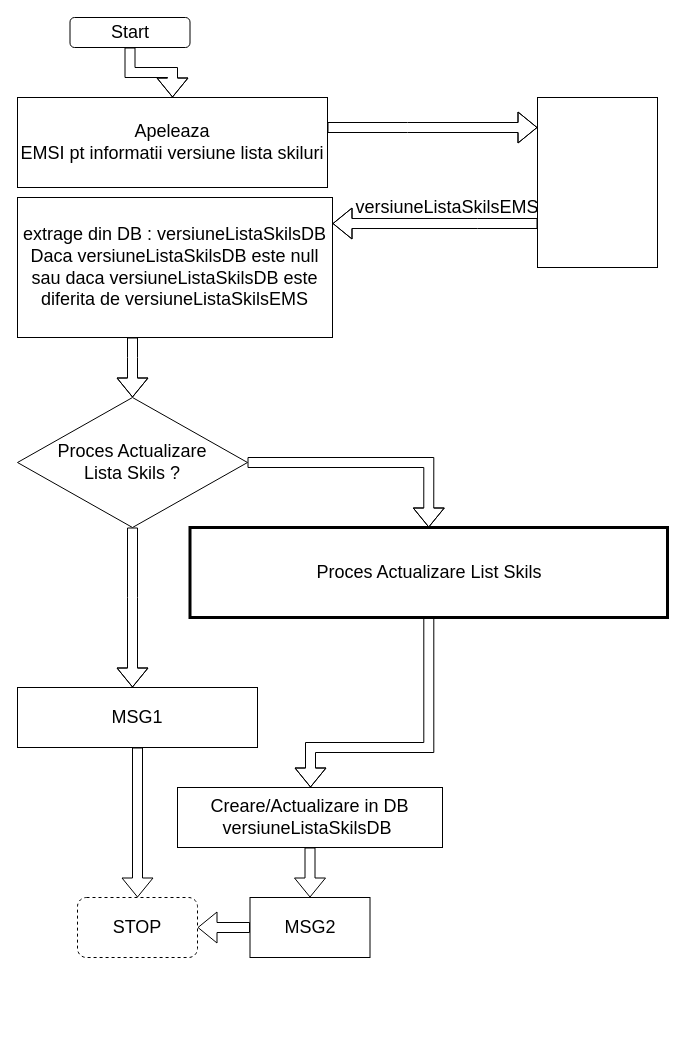
The draw.io diagram example/p1.drawio in as3232/porthole, before the edit. Source tidied: cells renumbered, new cells numbered last; positions are measured from the earlier drawing's top-left corner, leaving out a move shared by most shapes. Both pictures are drawn from the tidied source at 100%, with x=0, y=0 at pixel (17, 17).
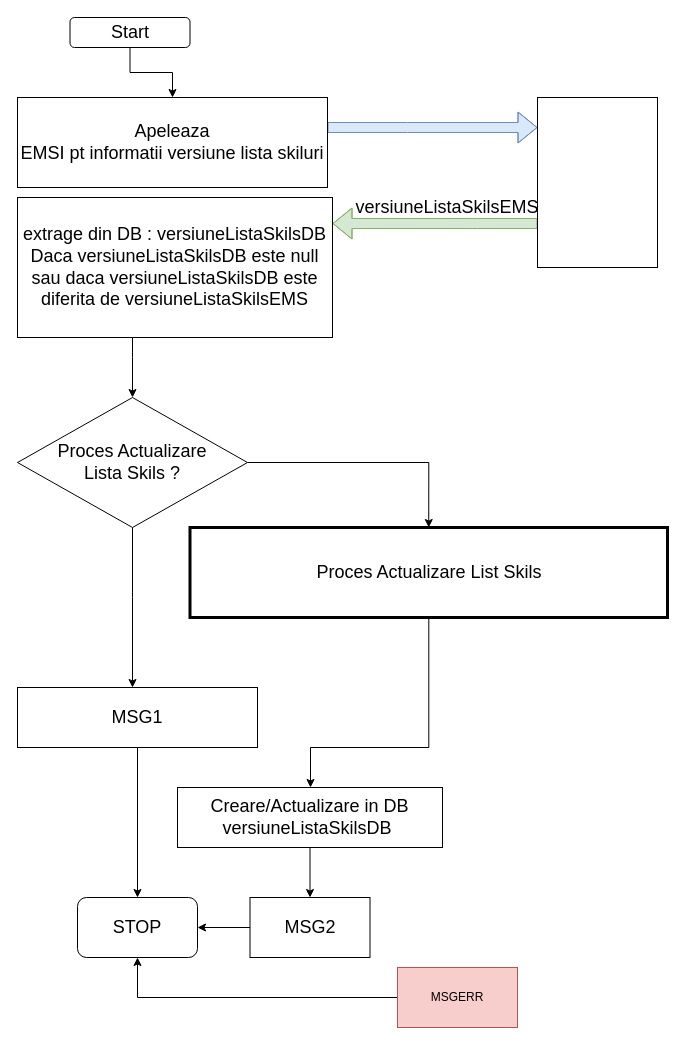
The same diagram, later.

Unchanged cells that the change refers to:
```xml
<mxCell id="4" value="Proces Actualizare&lt;br&gt;Lista Skils ?" style="rhombus;whiteSpace=wrap;html=1;fontSize=18;" parent="1" vertex="1">
  <mxGeometry y="380" width="230" height="130" as="geometry" />
</mxCell>
<mxCell id="6" value="Apeleaza&lt;br&gt;EMSI pt informatii versiune lista skiluri" style="whiteSpace=wrap;html=1;fontSize=18;" parent="1" vertex="1">
  <mxGeometry y="80" width="310" height="90" as="geometry" />
</mxCell>
<mxCell id="8" style="whiteSpace=wrap;html=1;fontSize=18;" parent="1" vertex="1">
  <mxGeometry x="520" y="80" width="120" height="170" as="geometry" />
</mxCell>
<mxCell id="10" value="extrage din DB : versiuneListaSkilsDB&lt;br&gt;Daca versiuneListaSkilsDB este null&lt;br&gt;sau daca versiuneListaSkilsDB&amp;nbsp;este diferita de versiuneListaSkilsEMS" style="whiteSpace=wrap;html=1;fontSize=18;" parent="1" vertex="1">
  <mxGeometry y="180" width="315" height="140" as="geometry" />
</mxCell>
<mxCell id="12" value="Proces Actualizare List Skils" style="whiteSpace=wrap;html=1;fontSize=18;strokeWidth=3;" parent="1" vertex="1">
  <mxGeometry x="172.5" y="510" width="477.5" height="90" as="geometry" />
</mxCell>
<mxCell id="14" value="Start" style="rounded=1;whiteSpace=wrap;html=1;fontSize=18;" parent="1" vertex="1">
  <mxGeometry x="52.5" width="120" height="30" as="geometry" />
</mxCell>
<mxCell id="17" value="MSG1" style="whiteSpace=wrap;html=1;fontSize=18;" parent="1" vertex="1">
  <mxGeometry y="670" width="240" height="60" as="geometry" />
</mxCell>
<mxCell id="19" value="Creare/Actualizare in DB versiuneListaSkilsDB&amp;nbsp;" style="whiteSpace=wrap;html=1;fontSize=18;strokeWidth=1;" parent="1" vertex="1">
  <mxGeometry x="160" y="770" width="265" height="60" as="geometry" />
</mxCell>
<mxCell id="22" value="MSG2" style="whiteSpace=wrap;html=1;fontSize=18;strokeWidth=1;" parent="1" vertex="1">
  <mxGeometry x="232.5" y="880" width="120" height="60" as="geometry" />
</mxCell>
```

What changed in the source:
```diff
@@
-    <mxCell id="2" style="edgeStyle=orthogonalEdgeStyle;shape=flexArrow;rounded=0;jettySize=auto;html=1;startSize=1;endSize=6;fontSize=18;" parent="1" edge="1" source="4" target="17">
+    <mxCell id="2" style="edgeStyle=orthogonalEdgeStyle;rounded=0;jettySize=auto;html=1;fontSize=18;" parent="1" edge="1" source="4" target="17">
       <mxGeometry relative="1" as="geometry">
         <Array as="points">
           <mxPoint x="115" y="580" />
           <mxPoint x="115" y="580" />
         </Array>
       </mxGeometry>
     </mxCell>
-    <mxCell id="3" style="edgeStyle=orthogonalEdgeStyle;shape=flexArrow;rounded=0;jettySize=auto;html=1;startSize=1;endSize=6;fontSize=18;entryX=0.5;entryY=0;entryDx=0;entryDy=0;" parent="1" edge="1" source="4" target="12">
+    <mxCell id="3" style="edgeStyle=orthogonalEdgeStyle;rounded=0;jettySize=auto;html=1;fontSize=18;entryX=0.5;entryY=0;entryDx=0;entryDy=0;" parent="1" edge="1" source="4" target="12">
       <mxGeometry relative="1" as="geometry">
         <Array as="points">
           <mxPoint x="411" y="445" />
         </Array>
       </mxGeometry>
     </mxCell>
@@
-    <mxCell id="5" style="edgeStyle=orthogonalEdgeStyle;shape=flexArrow;rounded=0;jettySize=auto;html=1;startSize=1;endSize=6;fontSize=18;" parent="1" edge="1" source="6" target="8">
+    <mxCell id="5" style="edgeStyle=orthogonalEdgeStyle;shape=flexArrow;rounded=0;jettySize=auto;html=1;startSize=1;endSize=6;fontSize=18;fillColor=#dae8fc;strokeColor=#6c8ebf;" parent="1" edge="1" source="6" target="8">
       <mxGeometry relative="1" as="geometry">
         <Array as="points">
           <mxPoint x="390" y="110" />
           <mxPoint x="390" y="110" />
         </Array>
       </mxGeometry>
     </mxCell>
@@
-    <mxCell id="7" style="edgeStyle=orthogonalEdgeStyle;shape=flexArrow;rounded=0;jettySize=auto;html=1;startSize=1;endSize=6;fontSize=18;entryX=1;entryY=0.186;entryDx=0;entryDy=0;entryPerimeter=0;" parent="1" edge="1" source="8" target="10">
+    <mxCell id="7" style="edgeStyle=orthogonalEdgeStyle;shape=flexArrow;rounded=0;jettySize=auto;html=1;startSize=1;endSize=6;fontSize=18;entryX=1;entryY=0.186;entryDx=0;entryDy=0;entryPerimeter=0;fillColor=#d5e8d4;strokeColor=#82b366;" parent="1" edge="1" source="8" target="10">
       <mxGeometry relative="1" as="geometry">
         <Array as="points">
           <mxPoint x="460" y="206" />
           <mxPoint x="460" y="206" />
         </Array>
       </mxGeometry>
     </mxCell>
@@
-    <mxCell id="9" style="edgeStyle=orthogonalEdgeStyle;shape=flexArrow;rounded=0;jettySize=auto;html=1;startSize=1;endSize=6;fontSize=18;" parent="1" edge="1" source="10" target="4">
+    <mxCell id="9" style="edgeStyle=orthogonalEdgeStyle;rounded=0;jettySize=auto;html=1;fontSize=18;" parent="1" edge="1" source="10" target="4">
       <mxGeometry relative="1" as="geometry">
         <Array as="points">
           <mxPoint x="115" y="340" />
           <mxPoint x="115" y="340" />
         </Array>
       </mxGeometry>
     </mxCell>
@@
-    <mxCell id="11" style="edgeStyle=orthogonalEdgeStyle;shape=flexArrow;rounded=0;jettySize=auto;html=1;startSize=1;endSize=6;fontSize=18;" parent="1" edge="1" source="12" target="19">
+    <mxCell id="11" style="edgeStyle=orthogonalEdgeStyle;rounded=0;jettySize=auto;html=1;fontSize=18;" parent="1" edge="1" source="12" target="19">
       <mxGeometry relative="1" as="geometry">
         <Array as="points">
           <mxPoint x="411" y="730" />
           <mxPoint x="293" y="730" />
         </Array>
       </mxGeometry>
     </mxCell>
@@
-    <mxCell id="13" style="edgeStyle=orthogonalEdgeStyle;shape=flexArrow;rounded=0;jettySize=auto;html=1;startSize=1;endSize=6;fontSize=18;" parent="1" edge="1" source="14" target="6">
+    <mxCell id="13" style="edgeStyle=orthogonalEdgeStyle;rounded=0;jettySize=auto;html=1;fontSize=18;" parent="1" edge="1" source="14" target="6">
       <mxGeometry relative="1" as="geometry" />
     </mxCell>
@@
-    <mxCell id="16" style="edgeStyle=orthogonalEdgeStyle;shape=flexArrow;rounded=0;jettySize=auto;html=1;startSize=1;endSize=6;fontSize=18;" parent="1" edge="1" source="17" target="20">
+    <mxCell id="16" style="edgeStyle=orthogonalEdgeStyle;rounded=0;jettySize=auto;html=1;fontSize=18;" parent="1" edge="1" source="17" target="20">
       <mxGeometry relative="1" as="geometry" />
     </mxCell>
@@
-    <mxCell id="18" style="edgeStyle=orthogonalEdgeStyle;shape=flexArrow;rounded=0;jettySize=auto;html=1;startSize=1;endSize=6;fontSize=18;" parent="1" edge="1" source="19" target="22">
+    <mxCell id="18" style="edgeStyle=orthogonalEdgeStyle;rounded=0;jettySize=auto;html=1;fontSize=18;" parent="1" edge="1" source="19" target="22">
       <mxGeometry relative="1" as="geometry" />
     </mxCell>
@@
-    <mxCell id="20" value="STOP" style="rounded=1;whiteSpace=wrap;html=1;dashed=1;strokeWidth=1;fontSize=18;" parent="1" vertex="1">
+    <mxCell id="20" value="STOP" style="rounded=1;whiteSpace=wrap;html=1;strokeWidth=1;fontSize=18;" parent="1" vertex="1">
       <mxGeometry x="60" y="880" width="120" height="60" as="geometry" />
     </mxCell>
-    <mxCell id="21" style="edgeStyle=orthogonalEdgeStyle;shape=flexArrow;rounded=0;jettySize=auto;html=1;startSize=1;endSize=6;fontSize=18;entryX=1;entryY=0.5;entryDx=0;entryDy=0;" parent="1" edge="1" source="22" target="20">
+    <mxCell id="21" style="edgeStyle=orthogonalEdgeStyle;rounded=0;jettySize=auto;html=1;fontSize=18;entryX=1;entryY=0.5;entryDx=0;entryDy=0;" parent="1" edge="1" source="22" target="20">
       <mxGeometry relative="1" as="geometry" />
     </mxCell>
@@
+    <mxCell id="23" style="edgeStyle=orthogonalEdgeStyle;rounded=0;jettySize=auto;html=1;" parent="1" edge="1" source="24" target="20">
+      <mxGeometry relative="1" as="geometry" />
+    </mxCell>
+    <mxCell id="24" value="MSGERR" style="rounded=0;whiteSpace=wrap;html=1;fillColor=#f8cecc;strokeColor=#b85450;" parent="1" vertex="1">
+      <mxGeometry x="380" y="950" width="120" height="60" as="geometry" />
+    </mxCell>
```
